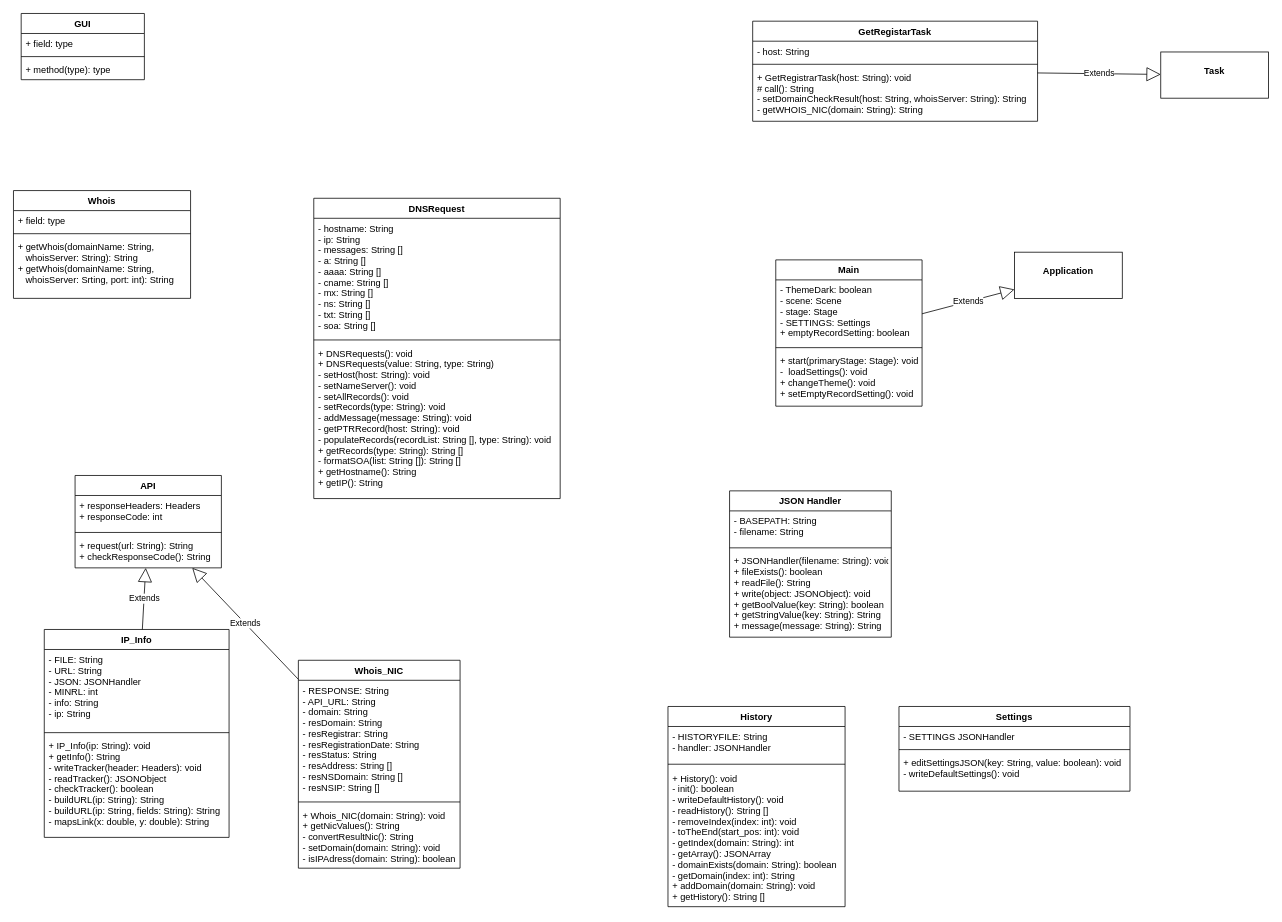
Luatan/DNSResolver keeps this draw.io diagram as resources/Diagrams/DNS_Resolver.drawio. Above is the earlier version. Source tidied: cells renumbered, new cells numbered last; positions are measured from the earlier drawing's top-left corner, leaving out a move shared by most shapes. Both pictures are drawn from the tidied source at 77%, with x=0, y=0 at pixel (13, 13).
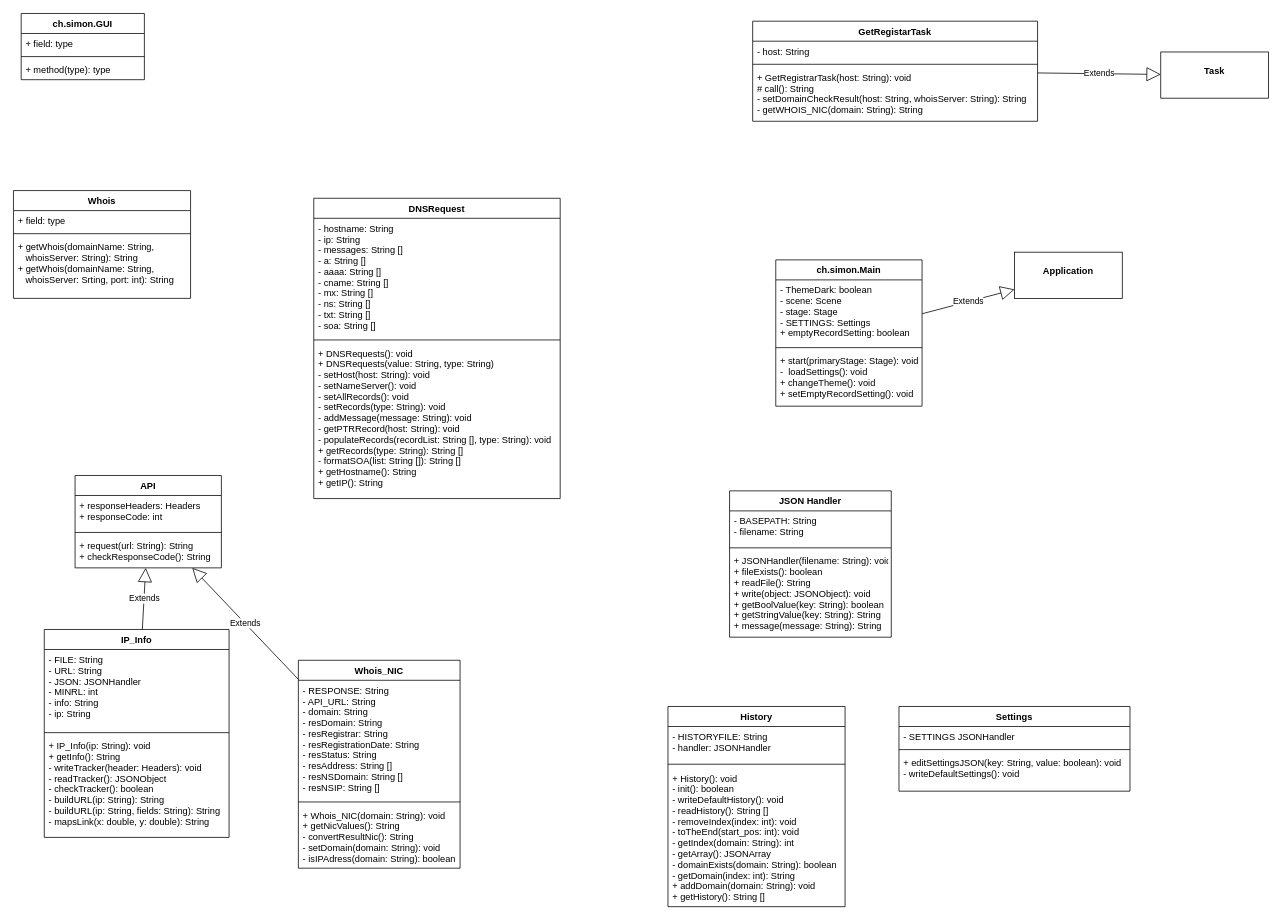
The same diagram, later.

What changed in the source:
```diff
@@
-    <mxCell id="18" value="GUI" style="swimlane;fontStyle=1;align=center;verticalAlign=top;horizontal=1;startSize=26;" parent="1" vertex="1">
+    <mxCell id="18" value="ch.simon.GUI" style="swimlane;fontStyle=1;align=center;verticalAlign=top;horizontal=1;startSize=26;" parent="1" vertex="1">
       <mxGeometry x="10" width="160" height="86" as="geometry" />
     </mxCell>
@@
-    <mxCell id="36" value="Main" style="swimlane;fontStyle=1;align=center;verticalAlign=top;horizontal=1;startSize=26;" parent="1" vertex="1">
+    <mxCell id="36" value="ch.simon.Main" style="swimlane;fontStyle=1;align=center;verticalAlign=top;horizontal=1;startSize=26;" parent="1" vertex="1">
       <mxGeometry x="990" y="320" width="190" height="190" as="geometry" />
     </mxCell>
```
